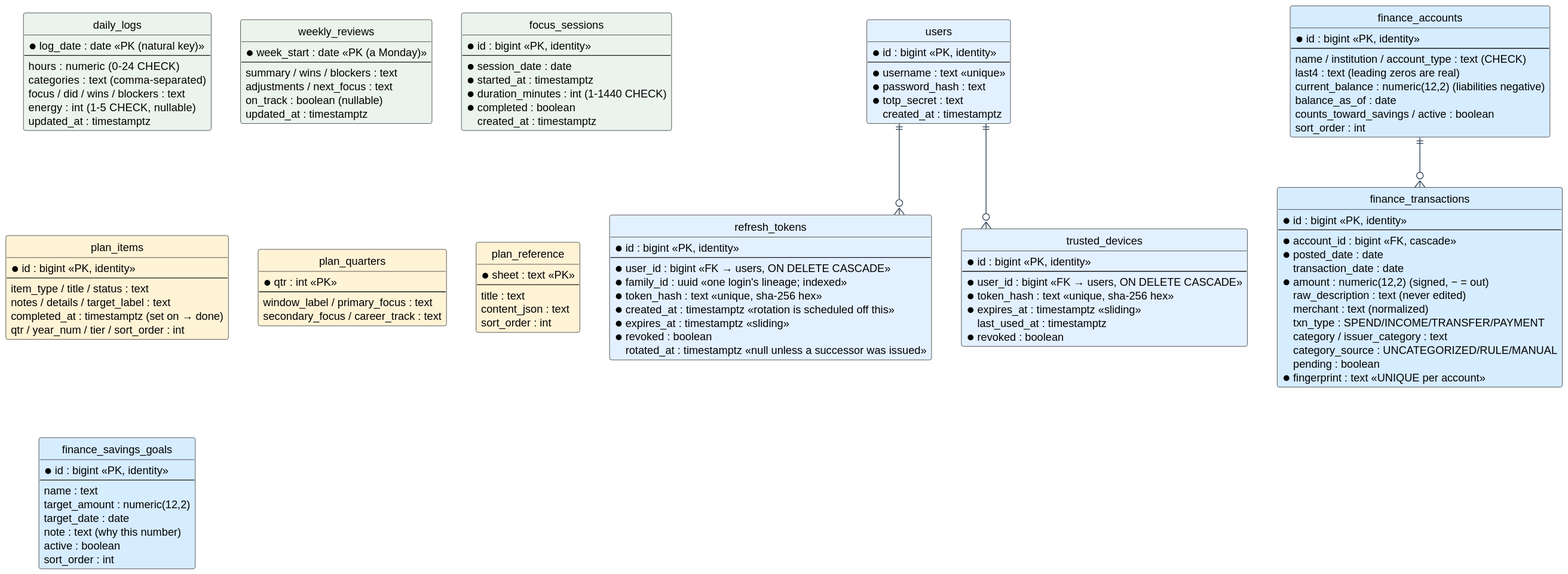
This is gt2/docs/diagrams/data-model.svg from caseythecoder90/grindtrack, a PlantUML export, as it was before one commit.
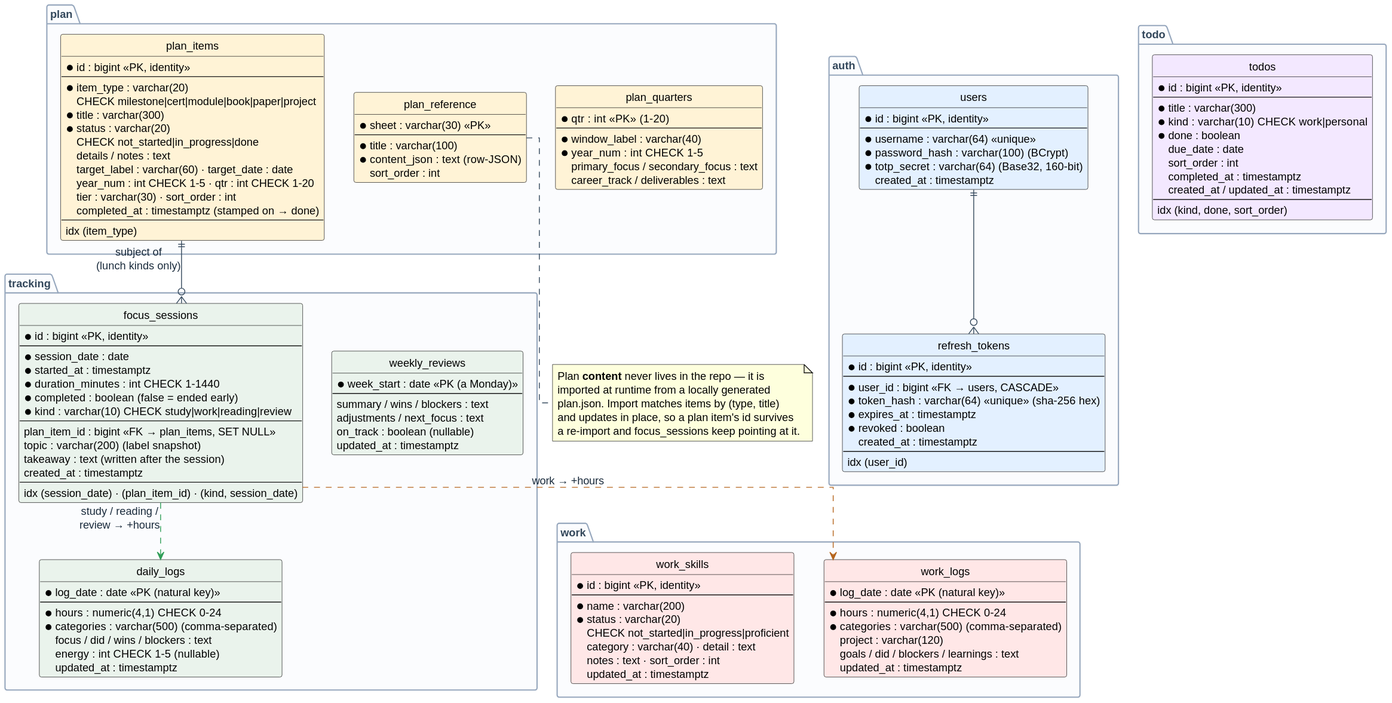
Above is the later version.

The edit, as a diff of the source:
```diff
@@ -6,125 +6,160 @@
 skinparam defaultFontName Helvetica
 skinparam shadowing false
 skinparam ArrowColor #33475B
+skinparam ArrowFontColor #1A2B3C
 skinparam entity {
   BackgroundColor #EEF2F7
   BorderColor #33475B
   FontColor #12243A
 }
-
-entity "users" as users #E3F0FF {
-  * id : bigint <<PK, identity>>
-  --
-  * username : text <<unique>>
-  * password_hash : text
-  * totp_secret : text
-  created_at : timestamptz
-}
-entity "refresh_tokens" as refresh_tokens #E3F0FF {
-  * id : bigint <<PK, identity>>
-  --
-  * user_id : bigint <<FK → users, ON DELETE CASCADE>>
-  * family_id : uuid <<one login's lineage; indexed>>
-  * token_hash : text <<unique, sha-256 hex>>
-  * created_at : timestamptz <<rotation is scheduled off this>>
-  * expires_at : timestamptz <<sliding>>
-  * revoked : boolean
-  rotated_at : timestamptz <<null unless a successor was issued>>
-}
-entity "trusted_devices" as trusted_devices #E3F0FF {
-  * id : bigint <<PK, identity>>
-  --
-  * user_id : bigint <<FK → users, ON DELETE CASCADE>>
-  * token_hash : text <<unique, sha-256 hex>>
-  * expires_at : timestamptz <<sliding>>
-  last_used_at : timestamptz
-  * revoked : boolean
-}
-entity "daily_logs" as daily_logs #EAF3EC {
-  * log_date : date <<PK (natural key)>>
-  --
-  hours : numeric  (0-24 CHECK)
-  categories : text  (comma-separated)
-  focus / did / wins / blockers : text
-  energy : int  (1-5 CHECK, nullable)
-  updated_at : timestamptz
-}
-entity "weekly_reviews" as weekly_reviews #EAF3EC {
-  * week_start : date <<PK (a Monday)>>
-  --
-  summary / wins / blockers : text
-  adjustments / next_focus : text
-  on_track : boolean (nullable)
-  updated_at : timestamptz
-}
-entity "focus_sessions" as focus_sessions #EAF3EC {
-  * id : bigint <<PK, identity>>
-  --
-  * session_date : date
-  * started_at : timestamptz
-  * duration_minutes : int (1-1440 CHECK)
-  * completed : boolean
-  created_at : timestamptz
-}
-entity "plan_items" as plan_items #FFF3D6 {
-  * id : bigint <<PK, identity>>
-  --
-  item_type / title / status : text
-  notes / details / target_label : text
-  completed_at : timestamptz (set on → done)
-  qtr / year_num / tier / sort_order : int
-}
-entity "plan_quarters" as plan_quarters #FFF3D6 {
-  * qtr : int <<PK>>
-  --
-  window_label / primary_focus : text
-  secondary_focus / career_track : text
-}
-entity "plan_reference" as plan_reference #FFF3D6 {
-  * sheet : text <<PK>>
-  --
-  title : text
-  content_json : text
-  sort_order : int
+skinparam package {
+  BackgroundColor #FBFCFE
+  BorderColor #96A7BD
+  FontColor #33475B
+  FontStyle bold
 }
 
-entity "finance_accounts" as finance_accounts #D6ECFF {
-  * id : bigint <<PK, identity>>
-  --
-  name / institution / account_type : text (CHECK)
-  last4 : text (leading zeros are real)
-  current_balance : numeric(12,2) (liabilities negative)
-  balance_as_of : date
-  counts_toward_savings / active : boolean
-  sort_order : int
+package "auth" {
+  entity "users" as users #E3F0FF {
+    * id : bigint <<PK, identity>>
+    --
+    * username : varchar(64) <<unique>>
+    * password_hash : varchar(100)  (BCrypt)
+    * totp_secret : varchar(64)  (Base32, 160-bit)
+    created_at : timestamptz
+  }
+  entity "refresh_tokens" as refresh_tokens #E3F0FF {
+    * id : bigint <<PK, identity>>
+    --
+    * user_id : bigint <<FK → users, CASCADE>>
+    * token_hash : varchar(64) <<unique>>  (sha-256 hex)
+    * expires_at : timestamptz
+    * revoked : boolean
+    created_at : timestamptz
+    --
+    idx (user_id)
+  }
 }
-entity "finance_transactions" as finance_transactions #D6ECFF {
-  * id : bigint <<PK, identity>>
-  --
-  * account_id : bigint <<FK, cascade>>
-  * posted_date : date
-  transaction_date : date
-  * amount : numeric(12,2) (signed, − = out)
-  raw_description : text (never edited)
-  merchant : text (normalized)
-  txn_type : SPEND/INCOME/TRANSFER/PAYMENT
-  category / issuer_category : text
-  category_source : UNCATEGORIZED/RULE/MANUAL
-  pending : boolean
-  * fingerprint : text <<UNIQUE per account>>
+
+package "tracking" {
+  entity "daily_logs" as daily_logs #EAF3EC {
+    * log_date : date <<PK (natural key)>>
+    --
+    * hours : numeric(4,1)  CHECK 0-24
+    * categories : varchar(500)  (comma-separated)
+    focus / did / wins / blockers : text
+    energy : int  CHECK 1-5 (nullable)
+    updated_at : timestamptz
+  }
+  entity "weekly_reviews" as weekly_reviews #EAF3EC {
+    * week_start : date <<PK (a Monday)>>
+    --
+    summary / wins / blockers : text
+    adjustments / next_focus : text
+    on_track : boolean (nullable)
+    updated_at : timestamptz
+  }
+  entity "focus_sessions" as focus_sessions #EAF3EC {
+    * id : bigint <<PK, identity>>
+    --
+    * session_date : date
+    * started_at : timestamptz
+    * duration_minutes : int  CHECK 1-1440
+    * completed : boolean  (false = ended early)
+    * kind : varchar(10)  CHECK study|work|reading|review
+    --
+    plan_item_id : bigint <<FK → plan_items, SET NULL>>
+    topic : varchar(200)  (label snapshot)
+    takeaway : text  (written after the session)
+    created_at : timestamptz
+    --
+    idx (session_date) · (plan_item_id) · (kind, session_date)
+  }
 }
-entity "finance_savings_goals" as finance_savings_goals #D6ECFF {
-  * id : bigint <<PK, identity>>
-  --
-  name : text
-  target_amount : numeric(12,2)
-  target_date : date
-  note : text (why this number)
-  active : boolean
-  sort_order : int
+
+package "plan" {
+  entity "plan_quarters" as plan_quarters #FFF3D6 {
+    * qtr : int <<PK>>  (1-20)
+    --
+    * window_label : varchar(40)
+    * year_num : int  CHECK 1-5
+    primary_focus / secondary_focus : text
+    career_track / deliverables : text
+  }
+  entity "plan_items" as plan_items #FFF3D6 {
+    * id : bigint <<PK, identity>>
+    --
+    * item_type : varchar(20)
+      CHECK milestone|cert|module|book|paper|project
+    * title : varchar(300)
+    * status : varchar(20)
+      CHECK not_started|in_progress|done
+    details / notes : text
+    target_label : varchar(60) · target_date : date
+    year_num : int CHECK 1-5 · qtr : int CHECK 1-20
+    tier : varchar(30) · sort_order : int
+    completed_at : timestamptz  (stamped on → done)
+    --
+    idx (item_type)
+  }
+  entity "plan_reference" as plan_reference #FFF3D6 {
+    * sheet : varchar(30) <<PK>>
+    --
+    * title : varchar(100)
+    * content_json : text  (row-JSON)
+    sort_order : int
+  }
+}
+
+package "todo" {
+  entity "todos" as todos #F3E8FF {
+    * id : bigint <<PK, identity>>
+    --
+    * title : varchar(300)
+    * kind : varchar(10)  CHECK work|personal
+    * done : boolean
+    due_date : date
+    sort_order : int
+    completed_at : timestamptz
+    created_at / updated_at : timestamptz
+    --
+    idx (kind, done, sort_order)
+  }
+}
+
+package "work" {
+  entity "work_logs" as work_logs #FFE7E7 {
+    * log_date : date <<PK (natural key)>>
+    --
+    * hours : numeric(4,1)  CHECK 0-24
+    * categories : varchar(500)  (comma-separated)
+    project : varchar(120)
+    goals / did / blockers / learnings : text
+    updated_at : timestamptz
+  }
+  entity "work_skills" as work_skills #FFE7E7 {
+    * id : bigint <<PK, identity>>
+    --
+    * name : varchar(200)
+    * status : varchar(20)
+      CHECK not_started|in_progress|proficient
+    category : varchar(40) · detail : text
+    notes : text · sort_order : int
+    updated_at : timestamptz
+  }
 }
 
 users ||--o{ refresh_tokens
-users ||--o{ trusted_devices
-finance_accounts ||--o{ finance_transactions
+plan_items ||--o{ focus_sessions : "subject of\n(lunch kinds only)"
+
+focus_sessions .[#2F9E57,dashed].> daily_logs : "study / reading /\nreview → +hours"
+focus_sessions .[#B5651D,dashed].> work_logs : "work → +hours"
+
+note bottom of plan_reference
+  Plan **content** never lives in the repo — it is
+  imported at runtime from a locally generated
+  plan.json. Import matches items by (type, title)
+  and updates in place, so a plan item's id survives
+  a re-import and focus_sessions keep pointing at it.
+end note
 @enduml
```
